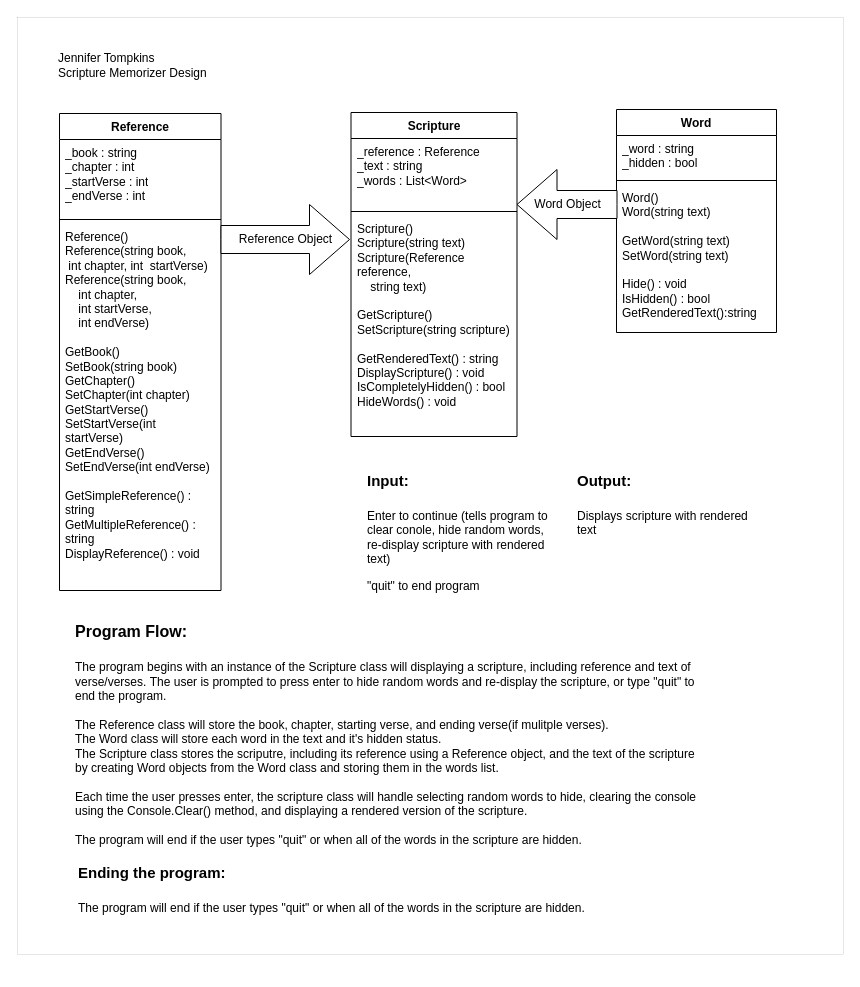
This is prove/Develop03/ScriptureDiagram.drawio from jtompkins1/cse210-projects, a draw.io file, before an edit. Source tidied: cells renumbered, new cells numbered last; positions are measured from the earlier drawing's top-left corner, leaving out a move shared by most shapes. Both pictures are drawn from the tidied source at 100%, with x=0, y=0 at pixel (17, 17).
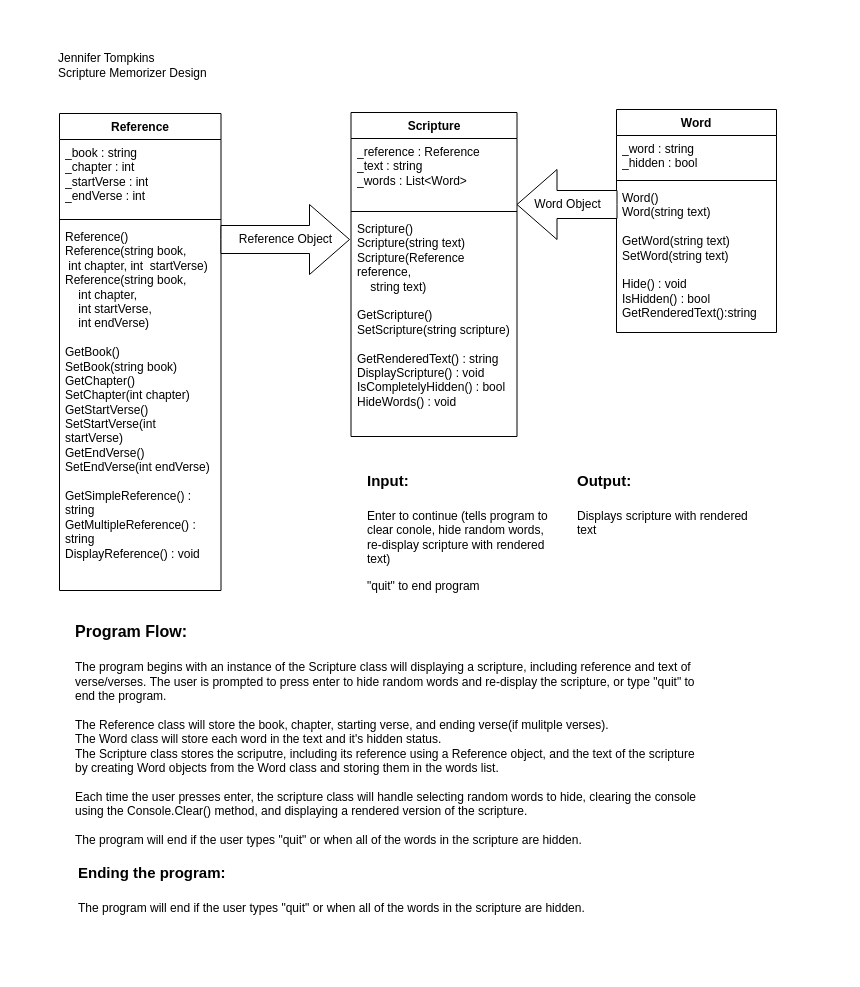
Above is the later version.

What changed in the source:
```diff
@@
-    <mxCell id="21" style="rounded=0;whiteSpace=wrap;html=1;fillColor=none;strokeWidth=0;" parent="1" vertex="1">
-      <mxGeometry width="826" height="937" as="geometry" />
-    </mxCell>
```
